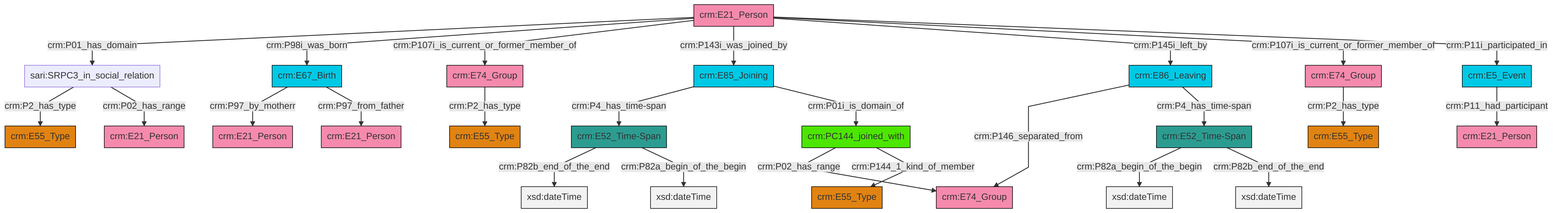
Above: et/personCSV/ttl/mmd/png/Person_Actor_Relations.png in swiss-art-research-net/docs.swissartresearch (Mermaid), before the change. Its source is kept beside it as et/personCSV/ttl/mmd/Person_Actor_Relations.ttl.mmd.
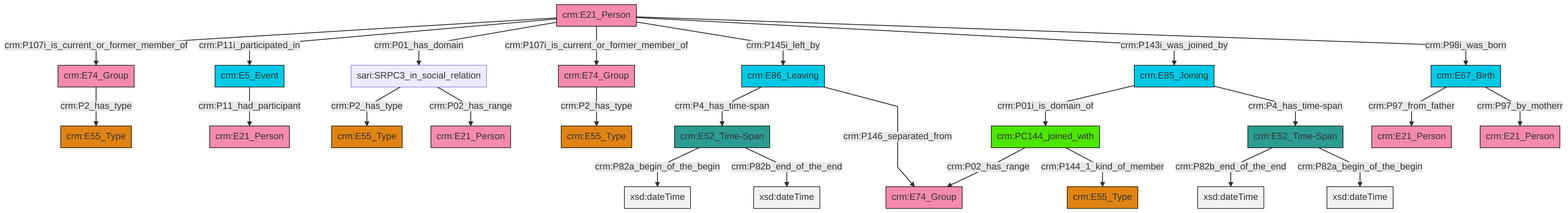
The same file after the commit.

What changed in the source:
```diff
@@ -13,27 +13,27 @@
 classDef PC_Classes fill:#4ce600, stroke:#000000;
 classDef Multi fill:#cccccc,stroke:#000000;
 
-4["crm:E52_Time-Span"]:::Time-Span -->|crm:P82a_begin_of_the_begin| 5[xsd:dateTime]:::Literal
-14["crm:E74_Group"]:::Actor -->|crm:P2_has_type| 15["crm:E55_Type"]:::Type
-2["sari:SRPC3_in_social_relation"]:::Default -->|crm:P2_has_type| 16["crm:E55_Type"]:::Type
-21["crm:E21_Person"]:::Actor -->|crm:P01_has_domain| 2["sari:SRPC3_in_social_relation"]:::Default
-22["crm:E85_Joining"]:::Temporal_Entity -->|crm:P4_has_time-span| 6["crm:E52_Time-Span"]:::Time-Span
-23["crm:E86_Leaving"]:::Temporal_Entity -->|crm:P146_separated_from| 24["crm:E74_Group"]:::Actor
-6["crm:E52_Time-Span"]:::Time-Span -->|crm:P82b_end_of_the_end| 25[xsd:dateTime]:::Literal
-26["crm:E5_Event"]:::Temporal_Entity -->|crm:P11_had_participant| 27["crm:E21_Person"]:::Actor
-0["crm:E67_Birth"]:::Temporal_Entity -->|crm:P97_by_motherr| 28["crm:E21_Person"]:::Actor
-21["crm:E21_Person"]:::Actor -->|crm:P98i_was_born| 0["crm:E67_Birth"]:::Temporal_Entity
-21["crm:E21_Person"]:::Actor -->|crm:P107i_is_current_or_former_member_of| 14["crm:E74_Group"]:::Actor
-4["crm:E52_Time-Span"]:::Time-Span -->|crm:P82b_end_of_the_end| 31[xsd:dateTime]:::Literal
-6["crm:E52_Time-Span"]:::Time-Span -->|crm:P82a_begin_of_the_begin| 35[xsd:dateTime]:::Literal
-21["crm:E21_Person"]:::Actor -->|crm:P143i_was_joined_by| 22["crm:E85_Joining"]:::Temporal_Entity
-22["crm:E85_Joining"]:::Temporal_Entity -->|crm:P01i_is_domain_of| 8["crm:PC144_joined_with"]:::PC_Classes
-8["crm:PC144_joined_with"]:::PC_Classes -->|crm:P02_has_range| 24["crm:E74_Group"]:::Actor
-8["crm:PC144_joined_with"]:::PC_Classes -->|crm:P144_1_kind_of_member| 12["crm:E55_Type"]:::Type
-0["crm:E67_Birth"]:::Temporal_Entity -->|crm:P97_from_father| 10["crm:E21_Person"]:::Actor
-23["crm:E86_Leaving"]:::Temporal_Entity -->|crm:P4_has_time-span| 4["crm:E52_Time-Span"]:::Time-Span
-2["sari:SRPC3_in_social_relation"]:::Default -->|crm:P02_has_range| 40["crm:E21_Person"]:::Actor
-21["crm:E21_Person"]:::Actor -->|crm:P145i_left_by| 23["crm:E86_Leaving"]:::Temporal_Entity
-33["crm:E74_Group"]:::Actor -->|crm:P2_has_type| 17["crm:E55_Type"]:::Type
-21["crm:E21_Person"]:::Actor -->|crm:P107i_is_current_or_former_member_of| 33["crm:E74_Group"]:::Actor
-21["crm:E21_Person"]:::Actor -->|crm:P11i_participated_in| 26["crm:E5_Event"]:::Temporal_Entity
+6["crm:PC144_joined_with"]:::PC_Classes -->|crm:P02_has_range| 7["crm:E74_Group"]:::Actor
+14["sari:SRPC3_in_social_relation"]:::Default -->|crm:P2_has_type| 15["crm:E55_Type"]:::Type
+18["crm:E21_Person"]:::Actor -->|crm:P107i_is_current_or_former_member_of| 19["crm:E74_Group"]:::Actor
+19["crm:E74_Group"]:::Actor -->|crm:P2_has_type| 4["crm:E55_Type"]:::Type
+2["crm:E67_Birth"]:::Temporal_Entity -->|crm:P97_from_father| 22["crm:E21_Person"]:::Actor
+23["crm:E5_Event"]:::Temporal_Entity -->|crm:P11_had_participant| 24["crm:E21_Person"]:::Actor
+18["crm:E21_Person"]:::Actor -->|crm:P11i_participated_in| 23["crm:E5_Event"]:::Temporal_Entity
+2["crm:E67_Birth"]:::Temporal_Entity -->|crm:P97_by_motherr| 12["crm:E21_Person"]:::Actor
+18["crm:E21_Person"]:::Actor -->|crm:P01_has_domain| 14["sari:SRPC3_in_social_relation"]:::Default
+6["crm:PC144_joined_with"]:::PC_Classes -->|crm:P144_1_kind_of_member| 8["crm:E55_Type"]:::Type
+18["crm:E21_Person"]:::Actor -->|crm:P107i_is_current_or_former_member_of| 10["crm:E74_Group"]:::Actor
+18["crm:E21_Person"]:::Actor -->|crm:P145i_left_by| 32["crm:E86_Leaving"]:::Temporal_Entity
+18["crm:E21_Person"]:::Actor -->|crm:P143i_was_joined_by| 34["crm:E85_Joining"]:::Temporal_Entity
+18["crm:E21_Person"]:::Actor -->|crm:P98i_was_born| 2["crm:E67_Birth"]:::Temporal_Entity
+14["sari:SRPC3_in_social_relation"]:::Default -->|crm:P02_has_range| 30["crm:E21_Person"]:::Actor
+28["crm:E52_Time-Span"]:::Time-Span -->|crm:P82b_end_of_the_end| 41[xsd:dateTime]:::Literal
+25["crm:E52_Time-Span"]:::Time-Span -->|crm:P82a_begin_of_the_begin| 42[xsd:dateTime]:::Literal
+32["crm:E86_Leaving"]:::Temporal_Entity -->|crm:P4_has_time-span| 25["crm:E52_Time-Span"]:::Time-Span
+28["crm:E52_Time-Span"]:::Time-Span -->|crm:P82a_begin_of_the_begin| 43[xsd:dateTime]:::Literal
+25["crm:E52_Time-Span"]:::Time-Span -->|crm:P82b_end_of_the_end| 44[xsd:dateTime]:::Literal
+32["crm:E86_Leaving"]:::Temporal_Entity -->|crm:P146_separated_from| 7["crm:E74_Group"]:::Actor
+34["crm:E85_Joining"]:::Temporal_Entity -->|crm:P01i_is_domain_of| 6["crm:PC144_joined_with"]:::PC_Classes
+10["crm:E74_Group"]:::Actor -->|crm:P2_has_type| 0["crm:E55_Type"]:::Type
+34["crm:E85_Joining"]:::Temporal_Entity -->|crm:P4_has_time-span| 28["crm:E52_Time-Span"]:::Time-Span
```
